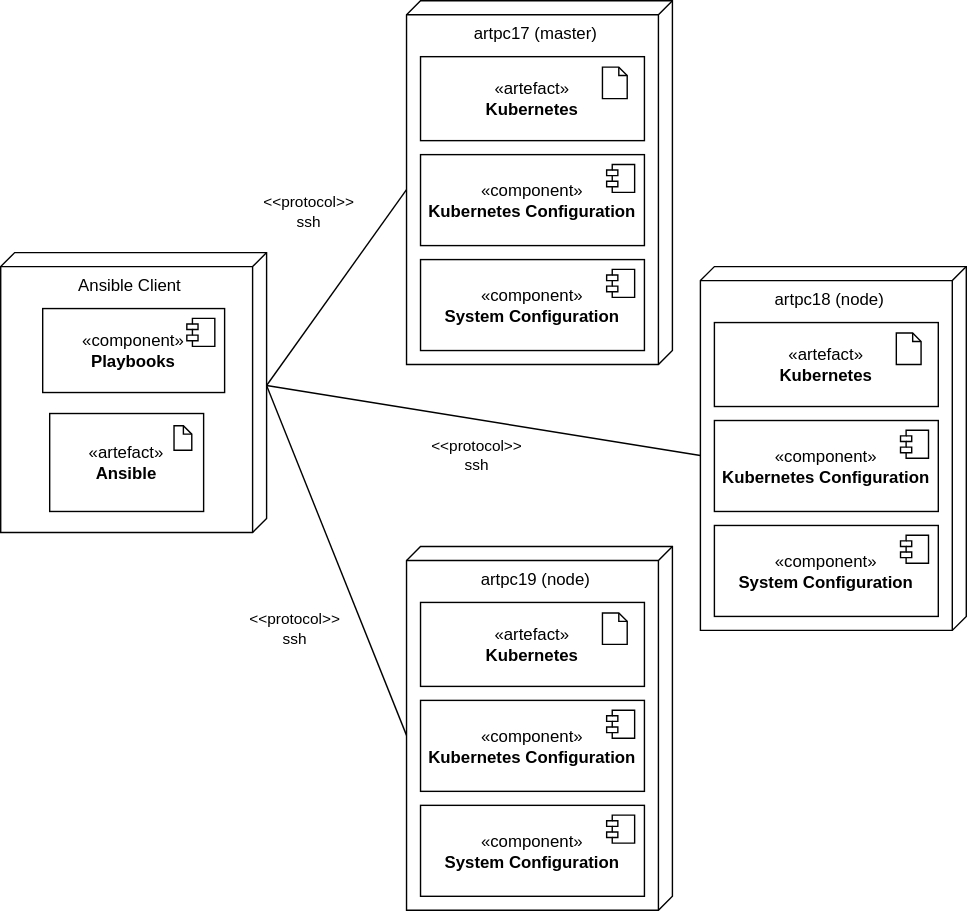
Above: uni-bsc/cd-ansible.drawio.svg in pogii123/drawio-charts (draw.io), before the change. Source tidied: cells renumbered, new cells last; positions are measured from the earlier drawing's top-left corner, leaving out a move shared by most shapes. The source it was exported from:
```xml
<mxGraphModel>
  <root>
    <mxCell id="0" />
    <mxCell id="1" parent="0" />
    <mxCell id="2" style="rounded=0;jettySize=auto;html=1;exitX=0;exitY=0;exitDx=75;exitDy=0;exitPerimeter=0;entryX=0;entryY=0;entryDx=135;entryDy=190;entryPerimeter=0;endArrow=none;endFill=0;" parent="1" edge="1" target="8">
      <mxGeometry relative="1" as="geometry">
        <mxPoint x="190" y="275" as="sourcePoint" />
      </mxGeometry>
    </mxCell>
    <mxCell id="3" value="&amp;lt;&amp;lt;protocol&amp;gt;&amp;gt;&lt;br&gt;ssh" style="edgeLabel;html=1;align=center;verticalAlign=middle;" parent="2" vertex="1">
      <mxGeometry x="0.06" y="4" relative="1" as="geometry">
        <mxPoint x="-37" y="42" as="offset" />
      </mxGeometry>
    </mxCell>
    <mxCell id="4" value="&amp;lt;&amp;lt;protocol&amp;gt;&amp;gt;&lt;br&gt;ssh" style="rounded=0;jettySize=auto;html=1;exitX=0;exitY=0;exitDx=75;exitDy=0;exitPerimeter=0;entryX=0;entryY=0;entryDx=135;entryDy=190;entryPerimeter=0;endArrow=none;endFill=0;" parent="1" edge="1" target="17">
      <mxGeometry x="-0.01" y="-25" relative="1" as="geometry">
        <mxPoint x="190" y="275" as="sourcePoint" />
      </mxGeometry>
    </mxCell>
    <mxCell id="5" style="rounded=0;jettySize=auto;html=1;exitX=0;exitY=0;exitDx=75;exitDy=0;exitPerimeter=0;entryX=0;entryY=0;entryDx=135;entryDy=190;entryPerimeter=0;endArrow=none;endFill=0;" parent="1" edge="1" target="26">
      <mxGeometry relative="1" as="geometry">
        <mxPoint x="190" y="275" as="sourcePoint" />
      </mxGeometry>
    </mxCell>
    <mxCell id="6" value="&amp;lt;&amp;lt;protocol&amp;gt;&amp;gt;&lt;br&gt;ssh" style="edgeLabel;html=1;align=center;verticalAlign=middle;" parent="5" vertex="1">
      <mxGeometry x="0.13" relative="1" as="geometry">
        <mxPoint x="-27" y="-45" as="offset" />
      </mxGeometry>
    </mxCell>
    <mxCell id="7" style="group;" parent="1" vertex="1">
      <mxGeometry x="290" y="390" width="190" height="260" as="geometry" />
    </mxCell>
    <mxCell id="8" value="artpc19 (node)" style="verticalAlign=top;align=center;shape=cube;size=10;direction=south;html=1;boundedLbl=1;spacingLeft=5;whiteSpace=wrap;" parent="7" vertex="1">
      <mxGeometry width="190" height="260" as="geometry" />
    </mxCell>
    <mxCell id="9" value="«component»&lt;br&gt;&lt;b&gt;System Configuration&lt;/b&gt;" style="html=1;whiteSpace=wrap;" parent="7" vertex="1">
      <mxGeometry x="10" y="185" width="160" height="65" as="geometry" />
    </mxCell>
    <mxCell id="10" style="shape=module;jettyWidth=8;jettyHeight=4;" parent="9" vertex="1">
      <mxGeometry x="1" width="20" height="20" relative="1" as="geometry">
        <mxPoint x="-27" y="7" as="offset" />
      </mxGeometry>
    </mxCell>
    <mxCell id="11" value="«component»&lt;br&gt;&lt;b&gt;Kubernetes Configuration&lt;/b&gt;" style="html=1;whiteSpace=wrap;" parent="7" vertex="1">
      <mxGeometry x="10" y="110" width="160" height="65" as="geometry" />
    </mxCell>
    <mxCell id="12" style="shape=module;jettyWidth=8;jettyHeight=4;" parent="11" vertex="1">
      <mxGeometry x="1" width="20" height="20" relative="1" as="geometry">
        <mxPoint x="-27" y="7" as="offset" />
      </mxGeometry>
    </mxCell>
    <mxCell id="13" style="group;" parent="7" vertex="1">
      <mxGeometry x="10" y="40" width="160" height="60" as="geometry" />
    </mxCell>
    <mxCell id="14" value="«artefact»&lt;br&gt;&lt;b&gt;Kubernetes&lt;/b&gt;" style="html=1;whiteSpace=wrap;" parent="13" vertex="1">
      <mxGeometry width="160" height="60" as="geometry" />
    </mxCell>
    <mxCell id="15" style="shape=note2;boundedLbl=1;whiteSpace=wrap;html=1;size=6;verticalAlign=top;align=left;spacingLeft=5;" parent="13" vertex="1">
      <mxGeometry x="130" y="7.5" width="17.7" height="22.5" as="geometry" />
    </mxCell>
    <mxCell id="16" style="group;" parent="1" vertex="1">
      <mxGeometry x="500" y="190" width="190" height="260" as="geometry" />
    </mxCell>
    <mxCell id="17" value="artpc18 (node)" style="verticalAlign=top;align=center;shape=cube;size=10;direction=south;html=1;boundedLbl=1;spacingLeft=5;whiteSpace=wrap;" parent="16" vertex="1">
      <mxGeometry width="190" height="260" as="geometry" />
    </mxCell>
    <mxCell id="18" value="«component»&lt;br&gt;&lt;b&gt;System Configuration&lt;/b&gt;" style="html=1;whiteSpace=wrap;" parent="16" vertex="1">
      <mxGeometry x="10" y="185" width="160" height="65" as="geometry" />
    </mxCell>
    <mxCell id="19" style="shape=module;jettyWidth=8;jettyHeight=4;" parent="18" vertex="1">
      <mxGeometry x="1" width="20" height="20" relative="1" as="geometry">
        <mxPoint x="-27" y="7" as="offset" />
      </mxGeometry>
    </mxCell>
    <mxCell id="20" value="«component»&lt;br&gt;&lt;b&gt;Kubernetes Configuration&lt;/b&gt;" style="html=1;whiteSpace=wrap;" parent="16" vertex="1">
      <mxGeometry x="10" y="110" width="160" height="65" as="geometry" />
    </mxCell>
    <mxCell id="21" style="shape=module;jettyWidth=8;jettyHeight=4;" parent="20" vertex="1">
      <mxGeometry x="1" width="20" height="20" relative="1" as="geometry">
        <mxPoint x="-27" y="7" as="offset" />
      </mxGeometry>
    </mxCell>
    <mxCell id="22" style="group;" parent="16" vertex="1">
      <mxGeometry x="10" y="40" width="160" height="60" as="geometry" />
    </mxCell>
    <mxCell id="23" value="«artefact»&lt;br&gt;&lt;b&gt;Kubernetes&lt;/b&gt;" style="html=1;whiteSpace=wrap;" parent="22" vertex="1">
      <mxGeometry width="160" height="60" as="geometry" />
    </mxCell>
    <mxCell id="24" style="shape=note2;boundedLbl=1;whiteSpace=wrap;html=1;size=6;verticalAlign=top;align=left;spacingLeft=5;" parent="22" vertex="1">
      <mxGeometry x="130" y="7.5" width="17.7" height="22.5" as="geometry" />
    </mxCell>
    <mxCell id="25" style="group;" parent="1" vertex="1">
      <mxGeometry x="290" width="190" height="260" as="geometry" />
    </mxCell>
    <mxCell id="26" value="artpc17 (master)" style="verticalAlign=top;align=center;shape=cube;size=10;direction=south;html=1;boundedLbl=1;spacingLeft=5;whiteSpace=wrap;" parent="25" vertex="1">
      <mxGeometry width="190" height="260" as="geometry" />
    </mxCell>
    <mxCell id="27" value="«component»&lt;br&gt;&lt;b&gt;System Configuration&lt;/b&gt;" style="html=1;whiteSpace=wrap;" parent="25" vertex="1">
      <mxGeometry x="10" y="185" width="160" height="65" as="geometry" />
    </mxCell>
    <mxCell id="28" style="shape=module;jettyWidth=8;jettyHeight=4;" parent="27" vertex="1">
      <mxGeometry x="1" width="20" height="20" relative="1" as="geometry">
        <mxPoint x="-27" y="7" as="offset" />
      </mxGeometry>
    </mxCell>
    <mxCell id="29" value="«component»&lt;br&gt;&lt;b&gt;Kubernetes Configuration&lt;/b&gt;" style="html=1;whiteSpace=wrap;" parent="25" vertex="1">
      <mxGeometry x="10" y="110" width="160" height="65" as="geometry" />
    </mxCell>
    <mxCell id="30" style="shape=module;jettyWidth=8;jettyHeight=4;" parent="29" vertex="1">
      <mxGeometry x="1" width="20" height="20" relative="1" as="geometry">
        <mxPoint x="-27" y="7" as="offset" />
      </mxGeometry>
    </mxCell>
    <mxCell id="31" style="group;" parent="25" vertex="1">
      <mxGeometry x="10" y="40" width="160" height="60" as="geometry" />
    </mxCell>
    <mxCell id="32" value="«artefact»&lt;br&gt;&lt;b&gt;Kubernetes&lt;/b&gt;" style="html=1;whiteSpace=wrap;" parent="31" vertex="1">
      <mxGeometry width="160" height="60" as="geometry" />
    </mxCell>
    <mxCell id="33" style="shape=note2;boundedLbl=1;whiteSpace=wrap;html=1;size=6;verticalAlign=top;align=left;spacingLeft=5;" parent="31" vertex="1">
      <mxGeometry x="130" y="7.5" width="17.7" height="22.5" as="geometry" />
    </mxCell>
    <mxCell id="34" value="Ansible Client" style="verticalAlign=top;align=center;shape=cube;size=10;direction=south;html=1;boundedLbl=1;spacingLeft=5;whiteSpace=wrap;" parent="1" vertex="1">
      <mxGeometry y="180" width="190" height="200" as="geometry" />
    </mxCell>
    <mxCell id="35" value="«component»&lt;br&gt;&lt;b&gt;Playbooks&lt;/b&gt;" style="html=1;whiteSpace=wrap;" parent="1" vertex="1">
      <mxGeometry x="30" y="220" width="130" height="60" as="geometry" />
    </mxCell>
    <mxCell id="36" style="shape=module;jettyWidth=8;jettyHeight=4;" parent="35" vertex="1">
      <mxGeometry x="1" width="20" height="20" relative="1" as="geometry">
        <mxPoint x="-27" y="7" as="offset" />
      </mxGeometry>
    </mxCell>
    <mxCell id="37" style="group;" parent="1" vertex="1">
      <mxGeometry x="35" y="295" width="110" height="70" as="geometry" />
    </mxCell>
    <mxCell id="38" value="«artefact»&lt;br&gt;&lt;b&gt;Ansible&lt;/b&gt;" style="html=1;whiteSpace=wrap;" parent="37" vertex="1">
      <mxGeometry width="110" height="70" as="geometry" />
    </mxCell>
    <mxCell id="39" style="shape=note2;boundedLbl=1;whiteSpace=wrap;html=1;size=6;verticalAlign=top;align=left;spacingLeft=5;" parent="37" vertex="1">
      <mxGeometry x="88.8" y="8.8" width="12.7" height="17.5" as="geometry" />
    </mxCell>
  </root>
</mxGraphModel>
```
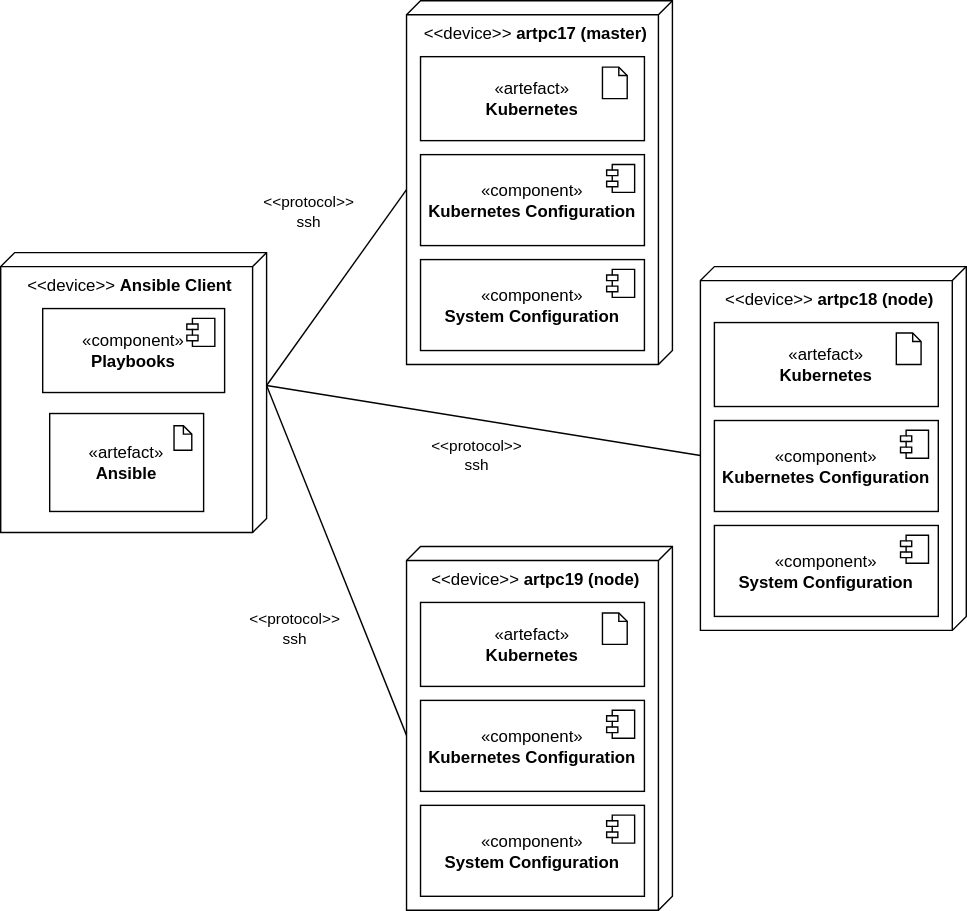
Above is the later version.

What changed in the source:
```diff
@@ -30,7 +30,7 @@
     <mxCell id="7" style="group;" parent="1" vertex="1">
       <mxGeometry x="290" y="390" width="190" height="260" as="geometry" />
     </mxCell>
-    <mxCell id="8" value="artpc19 (node)" style="verticalAlign=top;align=center;shape=cube;size=10;direction=south;html=1;boundedLbl=1;spacingLeft=5;whiteSpace=wrap;" parent="7" vertex="1">
+    <mxCell id="8" value="&amp;lt;&amp;lt;device&amp;gt;&amp;gt; &lt;b&gt;artpc19 (node)&lt;/b&gt;" style="verticalAlign=top;align=center;shape=cube;size=10;direction=south;html=1;boundedLbl=1;spacingLeft=5;whiteSpace=wrap;" parent="7" vertex="1">
       <mxGeometry width="190" height="260" as="geometry" />
     </mxCell>
     <mxCell id="9" value="«component»&lt;br&gt;&lt;b&gt;System Configuration&lt;/b&gt;" style="html=1;whiteSpace=wrap;" parent="7" vertex="1">
@@ -61,7 +61,7 @@
     <mxCell id="16" style="group;" parent="1" vertex="1">
       <mxGeometry x="500" y="190" width="190" height="260" as="geometry" />
     </mxCell>
-    <mxCell id="17" value="artpc18 (node)" style="verticalAlign=top;align=center;shape=cube;size=10;direction=south;html=1;boundedLbl=1;spacingLeft=5;whiteSpace=wrap;" parent="16" vertex="1">
+    <mxCell id="17" value="&amp;lt;&amp;lt;device&amp;gt;&amp;gt; &lt;b&gt;artpc18 (node)&lt;/b&gt;" style="verticalAlign=top;align=center;shape=cube;size=10;direction=south;html=1;boundedLbl=1;spacingLeft=5;whiteSpace=wrap;" parent="16" vertex="1">
       <mxGeometry width="190" height="260" as="geometry" />
     </mxCell>
     <mxCell id="18" value="«component»&lt;br&gt;&lt;b&gt;System Configuration&lt;/b&gt;" style="html=1;whiteSpace=wrap;" parent="16" vertex="1">
@@ -92,7 +92,7 @@
     <mxCell id="25" style="group;" parent="1" vertex="1">
       <mxGeometry x="290" width="190" height="260" as="geometry" />
     </mxCell>
-    <mxCell id="26" value="artpc17 (master)" style="verticalAlign=top;align=center;shape=cube;size=10;direction=south;html=1;boundedLbl=1;spacingLeft=5;whiteSpace=wrap;" parent="25" vertex="1">
+    <mxCell id="26" value="&amp;lt;&amp;lt;device&amp;gt;&amp;gt; &lt;b&gt;artpc17 (master)&lt;/b&gt;" style="verticalAlign=top;align=center;shape=cube;size=10;direction=south;html=1;boundedLbl=1;spacingLeft=5;whiteSpace=wrap;" parent="25" vertex="1">
       <mxGeometry width="190" height="260" as="geometry" />
     </mxCell>
     <mxCell id="27" value="«component»&lt;br&gt;&lt;b&gt;System Configuration&lt;/b&gt;" style="html=1;whiteSpace=wrap;" parent="25" vertex="1">
@@ -120,7 +120,7 @@
     <mxCell id="33" style="shape=note2;boundedLbl=1;whiteSpace=wrap;html=1;size=6;verticalAlign=top;align=left;spacingLeft=5;" parent="31" vertex="1">
       <mxGeometry x="130" y="7.5" width="17.7" height="22.5" as="geometry" />
     </mxCell>
-    <mxCell id="34" value="Ansible Client" style="verticalAlign=top;align=center;shape=cube;size=10;direction=south;html=1;boundedLbl=1;spacingLeft=5;whiteSpace=wrap;" parent="1" vertex="1">
+    <mxCell id="34" value="&amp;lt;&amp;lt;device&amp;gt;&amp;gt; &lt;b&gt;Ansible Client&lt;/b&gt;" style="verticalAlign=top;align=center;shape=cube;size=10;direction=south;html=1;boundedLbl=1;spacingLeft=5;whiteSpace=wrap;" parent="1" vertex="1">
       <mxGeometry y="180" width="190" height="200" as="geometry" />
     </mxCell>
     <mxCell id="35" value="«component»&lt;br&gt;&lt;b&gt;Playbooks&lt;/b&gt;" style="html=1;whiteSpace=wrap;" parent="1" vertex="1">
```
